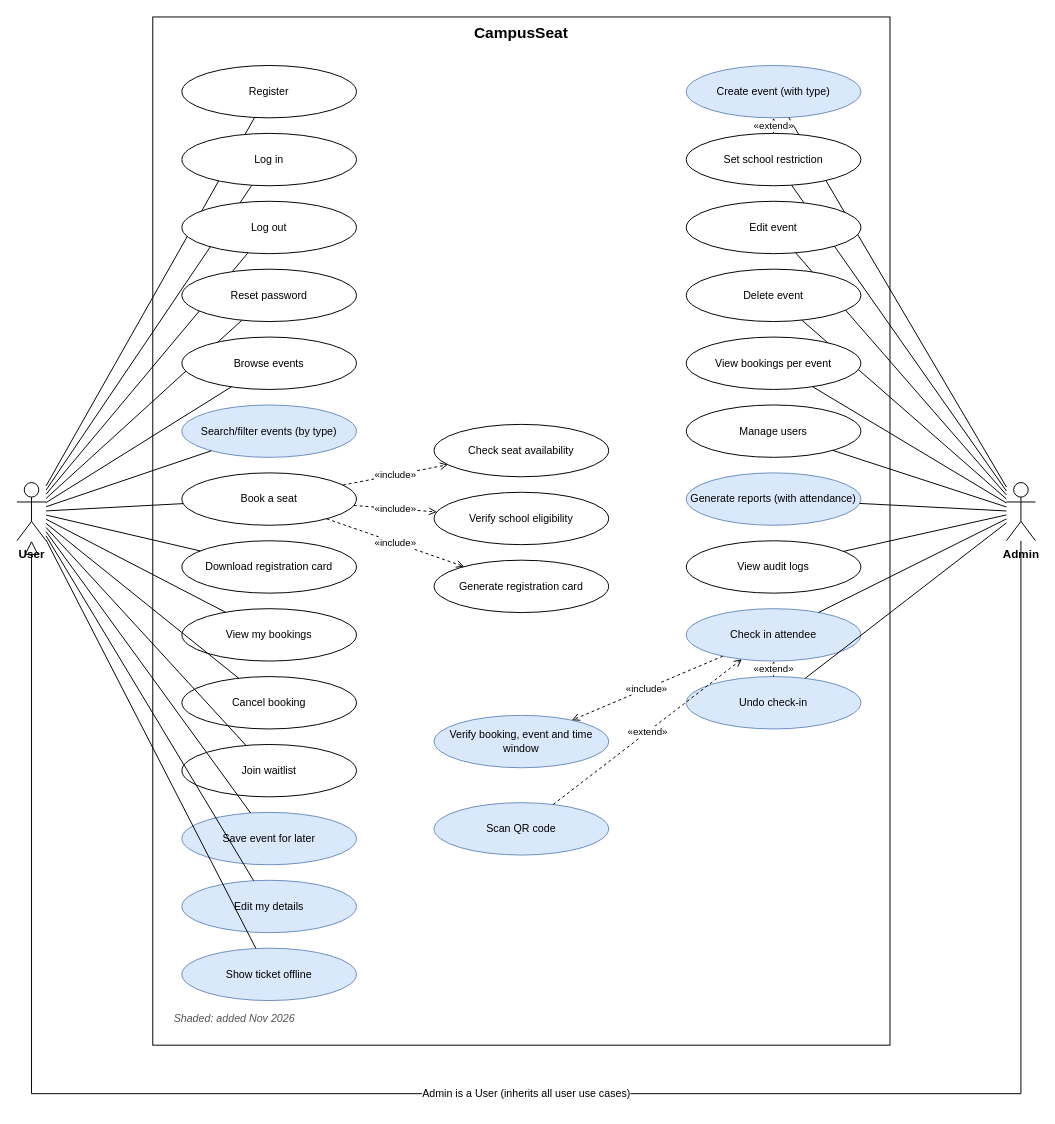
Above: docs/diagrams/source/CampusSeat_UseCase.drawio in muthokaricky-alt/CampusSeat (draw.io), before the change. Source tidied: cells renumbered, new cells numbered last; positions are measured from the earlier drawing's top-left corner, leaving out a move shared by most shapes. Both pictures are drawn from the tidied source at 97%, with x=0, y=0 at pixel (16, 16).
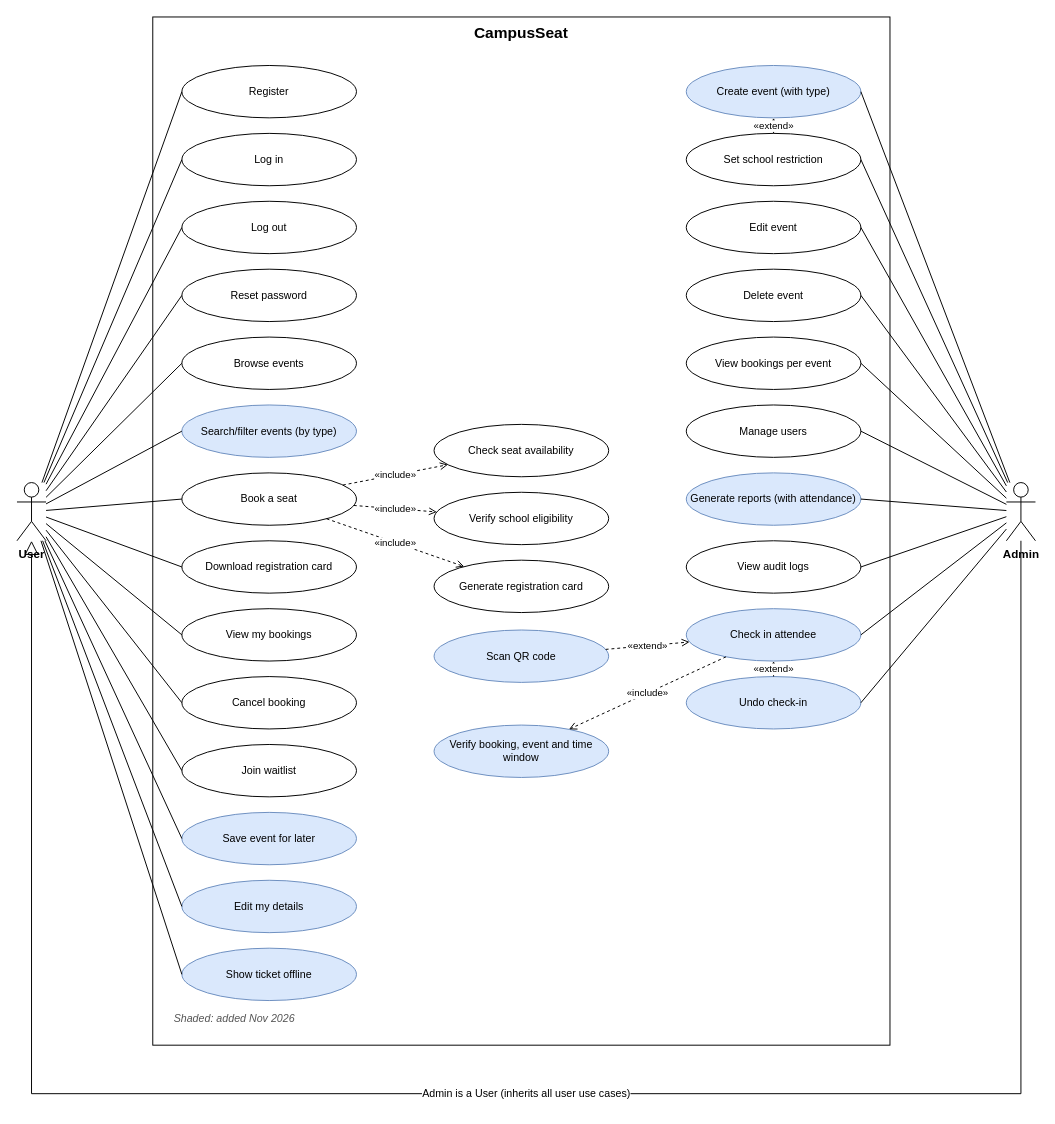
The same diagram, later.

Unchanged cells that the change refers to:
```xml
<mxCell id="3" value="User" style="shape=umlActor;verticalLabelPosition=bottom;verticalAlign=top;html=1;outlineConnect=0;fontStyle=1;" parent="1" vertex="1">
<mxCell id="4" value="Admin" style="shape=umlActor;verticalLabelPosition=bottom;verticalAlign=top;html=1;outlineConnect=0;fontStyle=1;" parent="1" vertex="1">
<mxCell id="5" value="Register" style="ellipse;whiteSpace=wrap;html=1;fontSize=11;" parent="1" vertex="1">
<mxCell id="7" value="Log in" style="ellipse;whiteSpace=wrap;html=1;fontSize=11;" parent="1" vertex="1">
<mxCell id="9" value="Log out" style="ellipse;whiteSpace=wrap;html=1;fontSize=11;" parent="1" vertex="1">
<mxCell id="11" value="Reset password" style="ellipse;whiteSpace=wrap;html=1;fontSize=11;" parent="1" vertex="1">
<mxCell id="13" value="Browse events" style="ellipse;whiteSpace=wrap;html=1;fontSize=11;" parent="1" vertex="1">
<mxCell id="15" value="Search/filter events (by type)" style="ellipse;whiteSpace=wrap;html=1;fontSize=11;fillColor=#dae8fc;strokeColor=#6c8ebf;" parent="1" vertex="1">
<mxCell id="17" value="Book a seat" style="ellipse;whiteSpace=wrap;html=1;fontSize=11;" parent="1" vertex="1">
<mxCell id="19" value="Download registration card" style="ellipse;whiteSpace=wrap;html=1;fontSize=11;" parent="1" vertex="1">
<mxCell id="21" value="View my bookings" style="ellipse;whiteSpace=wrap;html=1;fontSize=11;" parent="1" vertex="1">
<mxCell id="23" value="Cancel booking" style="ellipse;whiteSpace=wrap;html=1;fontSize=11;" parent="1" vertex="1">
<mxCell id="25" value="Join waitlist" style="ellipse;whiteSpace=wrap;html=1;fontSize=11;" parent="1" vertex="1">
<mxCell id="27" value="Save event for later" style="ellipse;whiteSpace=wrap;html=1;fontSize=11;fillColor=#dae8fc;strokeColor=#6c8ebf;" parent="1" vertex="1">
<mxCell id="29" value="Edit my details" style="ellipse;whiteSpace=wrap;html=1;fontSize=11;fillColor=#dae8fc;strokeColor=#6c8ebf;" parent="1" vertex="1">
<mxCell id="31" value="Show ticket offline" style="ellipse;whiteSpace=wrap;html=1;fontSize=11;fillColor=#dae8fc;strokeColor=#6c8ebf;" parent="1" vertex="1">
<mxCell id="33" value="Create event (with type)" style="ellipse;whiteSpace=wrap;html=1;fontSize=11;fillColor=#dae8fc;strokeColor=#6c8ebf;" parent="1" vertex="1">
<mxCell id="35" value="Set school restriction" style="ellipse;whiteSpace=wrap;html=1;fontSize=11;" parent="1" vertex="1">
<mxCell id="37" value="Edit event" style="ellipse;whiteSpace=wrap;html=1;fontSize=11;" parent="1" vertex="1">
<mxCell id="39" value="Delete event" style="ellipse;whiteSpace=wrap;html=1;fontSize=11;" parent="1" vertex="1">
<mxCell id="41" value="View bookings per event" style="ellipse;whiteSpace=wrap;html=1;fontSize=11;" parent="1" vertex="1">
<mxCell id="43" value="Manage users" style="ellipse;whiteSpace=wrap;html=1;fontSize=11;" parent="1" vertex="1">
<mxCell id="45" value="Generate reports (with attendance)" style="ellipse;whiteSpace=wrap;html=1;fontSize=11;fillColor=#dae8fc;strokeColor=#6c8ebf;" parent="1" vertex="1">
<mxCell id="47" value="View audit logs" style="ellipse;whiteSpace=wrap;html=1;fontSize=11;" parent="1" vertex="1">
<mxCell id="49" value="Check in attendee" style="ellipse;whiteSpace=wrap;html=1;fontSize=11;fillColor=#dae8fc;strokeColor=#6c8ebf;" parent="1" vertex="1">
<mxCell id="51" value="Undo check-in" style="ellipse;whiteSpace=wrap;html=1;fontSize=11;fillColor=#dae8fc;strokeColor=#6c8ebf;" parent="1" vertex="1">
```

Change to the diagram source:
```diff
@@
-    <mxCell id="6" style="endArrow=none;html=1;rounded=0;" parent="1" edge="1" source="3" target="5">
+    <mxCell id="6" style="endArrow=none;html=1;rounded=0;entryX=0;entryY=0.5;entryDx=0;entryDy=0;" parent="1" edge="1" source="3" target="5">
       <mxGeometry relative="1" as="geometry" />
     </mxCell>
@@
-    <mxCell id="8" style="endArrow=none;html=1;rounded=0;" parent="1" edge="1" source="3" target="7">
+    <mxCell id="8" style="endArrow=none;html=1;rounded=0;entryX=0;entryY=0.5;entryDx=0;entryDy=0;" parent="1" edge="1" source="3" target="7">
       <mxGeometry relative="1" as="geometry" />
     </mxCell>
@@
-    <mxCell id="10" style="endArrow=none;html=1;rounded=0;" parent="1" edge="1" source="3" target="9">
+    <mxCell id="10" style="endArrow=none;html=1;rounded=0;entryX=0;entryY=0.5;entryDx=0;entryDy=0;" parent="1" edge="1" source="3" target="9">
       <mxGeometry relative="1" as="geometry" />
     </mxCell>
@@
-    <mxCell id="12" style="endArrow=none;html=1;rounded=0;" parent="1" edge="1" source="3" target="11">
+    <mxCell id="12" style="endArrow=none;html=1;rounded=0;entryX=0;entryY=0.5;entryDx=0;entryDy=0;" parent="1" edge="1" source="3" target="11">
       <mxGeometry relative="1" as="geometry" />
     </mxCell>
@@
-    <mxCell id="14" style="endArrow=none;html=1;rounded=0;" parent="1" edge="1" source="3" target="13">
+    <mxCell id="14" style="endArrow=none;html=1;rounded=0;entryX=0;entryY=0.5;entryDx=0;entryDy=0;" parent="1" edge="1" source="3" target="13">
       <mxGeometry relative="1" as="geometry" />
     </mxCell>
@@
-    <mxCell id="16" style="endArrow=none;html=1;rounded=0;" parent="1" edge="1" source="3" target="15">
+    <mxCell id="16" style="endArrow=none;html=1;rounded=0;entryX=0;entryY=0.5;entryDx=0;entryDy=0;" parent="1" edge="1" source="3" target="15">
       <mxGeometry relative="1" as="geometry" />
     </mxCell>
@@
-    <mxCell id="18" style="endArrow=none;html=1;rounded=0;" parent="1" edge="1" source="3" target="17">
+    <mxCell id="18" style="endArrow=none;html=1;rounded=0;entryX=0;entryY=0.5;entryDx=0;entryDy=0;" parent="1" edge="1" source="3" target="17">
       <mxGeometry relative="1" as="geometry" />
     </mxCell>
@@
-    <mxCell id="20" style="endArrow=none;html=1;rounded=0;" parent="1" edge="1" source="3" target="19">
+    <mxCell id="20" style="endArrow=none;html=1;rounded=0;entryX=0;entryY=0.5;entryDx=0;entryDy=0;" parent="1" edge="1" source="3" target="19">
       <mxGeometry relative="1" as="geometry" />
     </mxCell>
@@
-    <mxCell id="22" style="endArrow=none;html=1;rounded=0;" parent="1" edge="1" source="3" target="21">
+    <mxCell id="22" style="endArrow=none;html=1;rounded=0;entryX=0;entryY=0.5;entryDx=0;entryDy=0;" parent="1" edge="1" source="3" target="21">
       <mxGeometry relative="1" as="geometry" />
     </mxCell>
@@
-    <mxCell id="24" style="endArrow=none;html=1;rounded=0;" parent="1" edge="1" source="3" target="23">
+    <mxCell id="24" style="endArrow=none;html=1;rounded=0;entryX=0;entryY=0.5;entryDx=0;entryDy=0;" parent="1" edge="1" source="3" target="23">
       <mxGeometry relative="1" as="geometry" />
     </mxCell>
@@
-    <mxCell id="26" style="endArrow=none;html=1;rounded=0;" parent="1" edge="1" source="3" target="25">
+    <mxCell id="26" style="endArrow=none;html=1;rounded=0;entryX=0;entryY=0.5;entryDx=0;entryDy=0;" parent="1" edge="1" source="3" target="25">
       <mxGeometry relative="1" as="geometry" />
     </mxCell>
@@
-    <mxCell id="28" style="endArrow=none;html=1;rounded=0;" parent="1" edge="1" source="3" target="27">
+    <mxCell id="28" style="endArrow=none;html=1;rounded=0;entryX=0;entryY=0.5;entryDx=0;entryDy=0;" parent="1" edge="1" source="3" target="27">
       <mxGeometry relative="1" as="geometry" />
     </mxCell>
@@
-    <mxCell id="30" style="endArrow=none;html=1;rounded=0;" parent="1" edge="1" source="3" target="29">
+    <mxCell id="30" style="endArrow=none;html=1;rounded=0;entryX=0;entryY=0.5;entryDx=0;entryDy=0;" parent="1" edge="1" source="3" target="29">
       <mxGeometry relative="1" as="geometry" />
     </mxCell>
@@
-    <mxCell id="32" style="endArrow=none;html=1;rounded=0;" parent="1" edge="1" source="3" target="31">
+    <mxCell id="32" style="endArrow=none;html=1;rounded=0;entryX=0;entryY=0.5;entryDx=0;entryDy=0;" parent="1" edge="1" source="3" target="31">
       <mxGeometry relative="1" as="geometry" />
     </mxCell>
@@
-    <mxCell id="34" style="endArrow=none;html=1;rounded=0;" parent="1" edge="1" source="4" target="33">
+    <mxCell id="34" style="endArrow=none;html=1;rounded=0;entryX=1;entryY=0.5;entryDx=0;entryDy=0;" parent="1" edge="1" source="4" target="33">
       <mxGeometry relative="1" as="geometry" />
     </mxCell>
@@
-    <mxCell id="36" style="endArrow=none;html=1;rounded=0;" parent="1" edge="1" source="4" target="35">
+    <mxCell id="36" style="endArrow=none;html=1;rounded=0;entryX=1;entryY=0.5;entryDx=0;entryDy=0;" parent="1" edge="1" source="4" target="35">
       <mxGeometry relative="1" as="geometry" />
     </mxCell>
@@
-    <mxCell id="38" style="endArrow=none;html=1;rounded=0;" parent="1" edge="1" source="4" target="37">
+    <mxCell id="38" style="endArrow=none;html=1;rounded=0;entryX=1;entryY=0.5;entryDx=0;entryDy=0;" parent="1" edge="1" source="4" target="37">
       <mxGeometry relative="1" as="geometry" />
     </mxCell>
@@
-    <mxCell id="40" style="endArrow=none;html=1;rounded=0;" parent="1" edge="1" source="4" target="39">
+    <mxCell id="40" style="endArrow=none;html=1;rounded=0;entryX=1;entryY=0.5;entryDx=0;entryDy=0;" parent="1" edge="1" source="4" target="39">
       <mxGeometry relative="1" as="geometry" />
     </mxCell>
@@
-    <mxCell id="42" style="endArrow=none;html=1;rounded=0;" parent="1" edge="1" source="4" target="41">
+    <mxCell id="42" style="endArrow=none;html=1;rounded=0;entryX=1;entryY=0.5;entryDx=0;entryDy=0;" parent="1" edge="1" source="4" target="41">
       <mxGeometry relative="1" as="geometry" />
     </mxCell>
@@
-    <mxCell id="44" style="endArrow=none;html=1;rounded=0;" parent="1" edge="1" source="4" target="43">
+    <mxCell id="44" style="endArrow=none;html=1;rounded=0;entryX=1;entryY=0.5;entryDx=0;entryDy=0;" parent="1" edge="1" source="4" target="43">
       <mxGeometry relative="1" as="geometry" />
     </mxCell>
@@
-    <mxCell id="46" style="endArrow=none;html=1;rounded=0;" parent="1" edge="1" source="4" target="45">
+    <mxCell id="46" style="endArrow=none;html=1;rounded=0;entryX=1;entryY=0.5;entryDx=0;entryDy=0;" parent="1" edge="1" source="4" target="45">
       <mxGeometry relative="1" as="geometry" />
     </mxCell>
@@
-    <mxCell id="48" style="endArrow=none;html=1;rounded=0;" parent="1" edge="1" source="4" target="47">
+    <mxCell id="48" style="endArrow=none;html=1;rounded=0;entryX=1;entryY=0.5;entryDx=0;entryDy=0;" parent="1" edge="1" source="4" target="47">
       <mxGeometry relative="1" as="geometry" />
     </mxCell>
@@
-    <mxCell id="50" style="endArrow=none;html=1;rounded=0;" parent="1" edge="1" source="4" target="49">
+    <mxCell id="50" style="endArrow=none;html=1;rounded=0;entryX=1;entryY=0.5;entryDx=0;entryDy=0;" parent="1" edge="1" source="4" target="49">
       <mxGeometry relative="1" as="geometry" />
     </mxCell>
@@
-    <mxCell id="52" style="endArrow=none;html=1;rounded=0;" parent="1" edge="1" source="4" target="51">
+    <mxCell id="52" style="endArrow=none;html=1;rounded=0;entryX=1;entryY=0.5;entryDx=0;entryDy=0;" parent="1" edge="1" source="4" target="51">
       <mxGeometry relative="1" as="geometry" />
     </mxCell>
@@
+    <mxCell id="57" value="Scan QR code" style="ellipse;whiteSpace=wrap;html=1;fontSize=11;fillColor=#dae8fc;strokeColor=#6c8ebf;" parent="1" vertex="1">
+      <mxGeometry x="430" y="632" width="180" height="54" as="geometry" />
+    </mxCell>
     <mxCell id="56" value="Verify booking, event and time window" style="ellipse;whiteSpace=wrap;html=1;fontSize=11;fillColor=#dae8fc;strokeColor=#6c8ebf;" parent="1" vertex="1">
-      <mxGeometry x="430" y="720" width="180" height="54" as="geometry" />
+      <mxGeometry x="430" y="730" width="180" height="54" as="geometry" />
     </mxCell>
-    <mxCell id="57" value="Scan QR code" style="ellipse;whiteSpace=wrap;html=1;fontSize=11;fillColor=#dae8fc;strokeColor=#6c8ebf;" parent="1" vertex="1">
-      <mxGeometry x="430" y="810" width="180" height="54" as="geometry" />
-    </mxCell>
```
